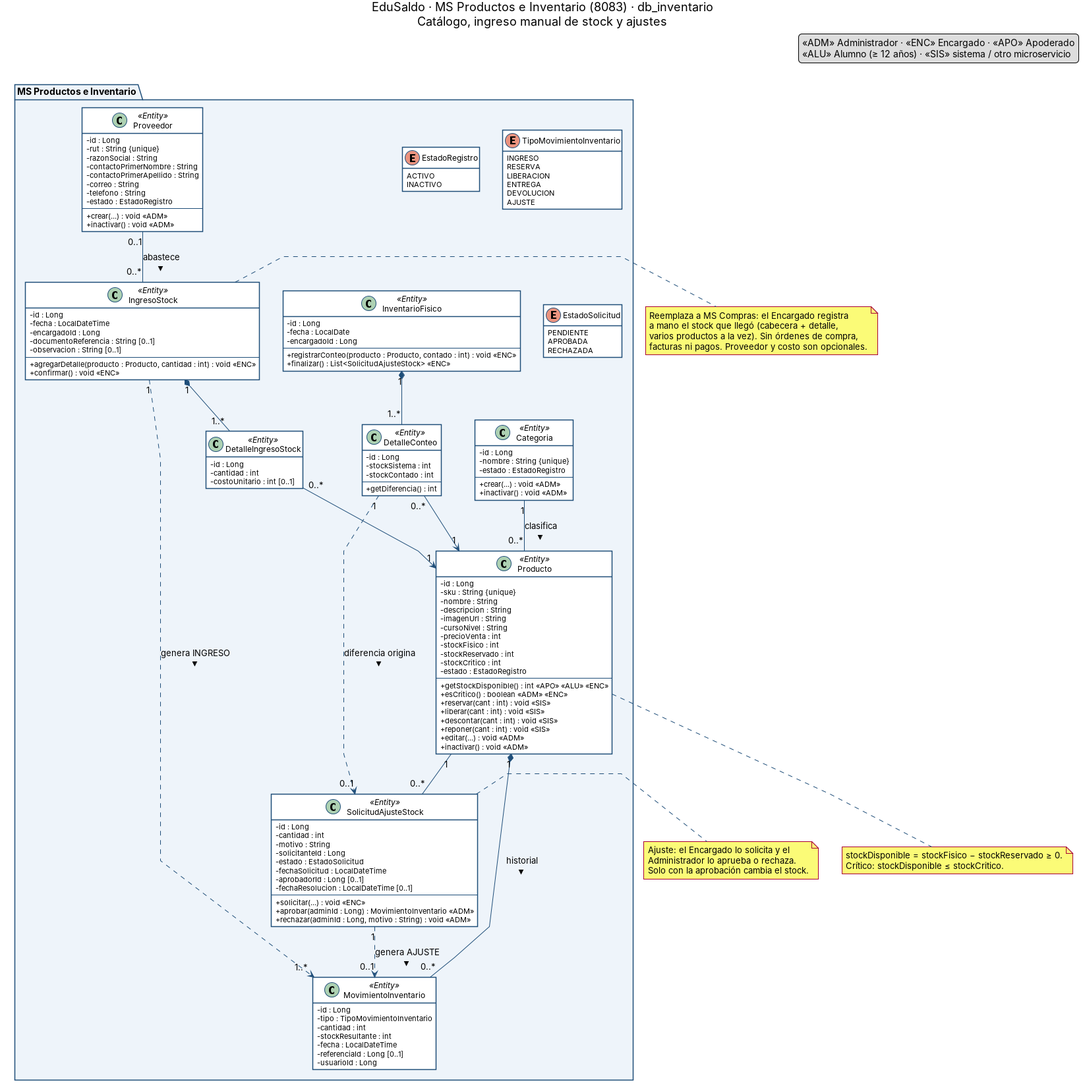
Above: docs/03_ms_productos_inventario.png in antoniojarasanchez/edusaldo-ms-productos-inventario (PlantUML), before the change. Its source is kept beside it as docs/03_ms_productos_inventario.puml.
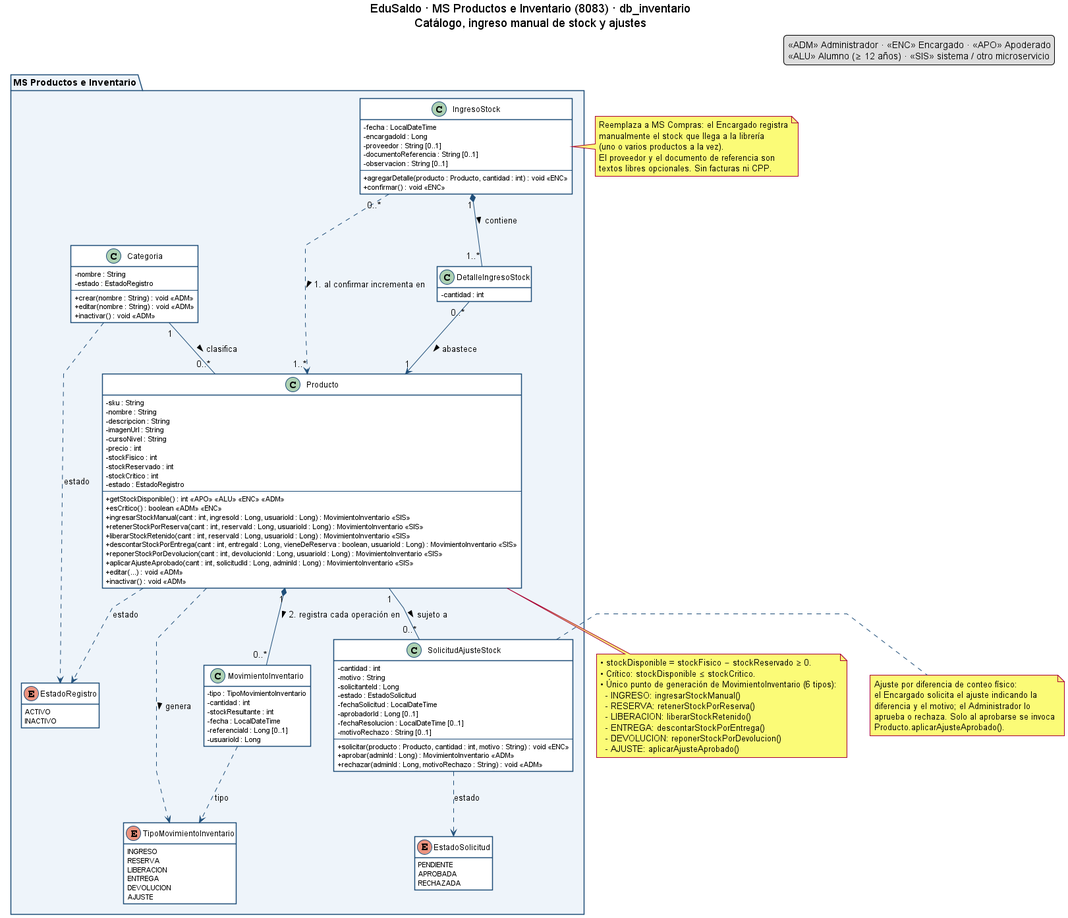
The same file after the commit.

Commit message:
actualizar diagrama

The edit, as a diff of the source:
```diff
@@ -41,56 +41,43 @@
     RECHAZADA
   }
 
-  class Categoria <<Entity>> {
-    - id : Long
-    - nombre : String {unique}
+  class Categoria {
+    - nombre : String
     - estado : EstadoRegistro
     --
-    + crear(...) : void «ADM»
+    + crear(nombre : String) : void «ADM»
+    + editar(nombre : String) : void «ADM»
     + inactivar() : void «ADM»
   }
 
-  class Producto <<Entity>> {
-    - id : Long
-    - sku : String {unique}
+  class Producto {
+    - sku : String
     - nombre : String
     - descripcion : String
     - imagenUrl : String
     - cursoNivel : String
-    - precioVenta : int
+    - precio : int
     - stockFisico : int
     - stockReservado : int
     - stockCritico : int
     - estado : EstadoRegistro
     --
-    + getStockDisponible() : int «APO» «ALU» «ENC»
+    + getStockDisponible() : int «APO» «ALU» «ENC» «ADM»
     + esCritico() : boolean «ADM» «ENC»
-    + reservar(cant : int) : void «SIS»
-    + liberar(cant : int) : void «SIS»
-    + descontar(cant : int) : void «SIS»
-    + reponer(cant : int) : void «SIS»
+    + ingresarStockManual(cant : int, ingresoId : Long, usuarioId : Long) : MovimientoInventario «SIS»
+    + retenerStockPorReserva(cant : int, reservaId : Long, usuarioId : Long) : MovimientoInventario «SIS»
+    + liberarStockRetenido(cant : int, reservaId : Long, usuarioId : Long) : MovimientoInventario «SIS»
+    + descontarStockPorEntrega(cant : int, entregaId : Long, vieneDeReserva : boolean, usuarioId : Long) : MovimientoInventario «SIS»
+    + reponerStockPorDevolucion(cant : int, devolucionId : Long, usuarioId : Long) : MovimientoInventario «SIS»
+    + aplicarAjusteAprobado(cant : int, solicitudId : Long, adminId : Long) : MovimientoInventario «SIS»
     + editar(...) : void «ADM»
     + inactivar() : void «ADM»
   }
 
-  class Proveedor <<Entity>> {
-    - id : Long
-    - rut : String {unique}
-    - razonSocial : String
-    - contactoPrimerNombre : String
-    - contactoPrimerApellido : String
-    - correo : String
-    - telefono : String
-    - estado : EstadoRegistro
-    --
-    + crear(...) : void «ADM»
-    + inactivar() : void «ADM»
-  }
-
-  class IngresoStock <<Entity>> {
-    - id : Long
+  class IngresoStock {
     - fecha : LocalDateTime
     - encargadoId : Long
+    - proveedor : String [0..1]
     - documentoReferencia : String [0..1]
     - observacion : String [0..1]
     --
@@ -98,14 +85,26 @@
     + confirmar() : void «ENC»
   }
 
-  class DetalleIngresoStock <<Entity>> {
-    - id : Long
+  class DetalleIngresoStock {
     - cantidad : int
-    - costoUnitario : int [0..1]
   }
 
-  class MovimientoInventario <<Entity>> {
-    - id : Long
+  class SolicitudAjusteStock {
+    - cantidad : int
+    - motivo : String
+    - solicitanteId : Long
+    - estado : EstadoSolicitud
+    - fechaSolicitud : LocalDateTime
+    - aprobadorId : Long [0..1]
+    - fechaResolucion : LocalDateTime [0..1]
+    - motivoRechazo : String [0..1]
+    --
+    + solicitar(producto : Producto, cantidad : int, motivo : String) : void «ENC»
+    + aprobar(adminId : Long) : MovimientoInventario «ADM»
+    + rechazar(adminId : Long, motivoRechazo : String) : void «ADM»
+  }
+
+  class MovimientoInventario {
     - tipo : TipoMovimientoInventario
     - cantidad : int
     - stockResultante : int
@@ -113,67 +112,46 @@
     - referenciaId : Long [0..1]
     - usuarioId : Long
   }
-
-  class SolicitudAjusteStock <<Entity>> {
-    - id : Long
-    - cantidad : int
-    - motivo : String
-    - solicitanteId : Long
-    - estado : EstadoSolicitud
-    - fechaSolicitud : LocalDateTime
-    - aprobadorId : Long [0..1]
-    - fechaResolucion : LocalDateTime [0..1]
-    --
-    + solicitar(...) : void «ENC»
-    + aprobar(adminId : Long) : MovimientoInventario «ADM»
-    + rechazar(adminId : Long, motivo : String) : void «ADM»
-  }
-
-  class InventarioFisico <<Entity>> {
-    - id : Long
-    - fecha : LocalDate
-    - encargadoId : Long
-    --
-    + registrarConteo(producto : Producto, contado : int) : void «ENC»
-    + finalizar() : List<SolicitudAjusteStock> «ENC»
-  }
-
-  class DetalleConteo <<Entity>> {
-    - id : Long
-    - stockSistema : int
-    - stockContado : int
-    --
-    + getDiferencia() : int
-  }
 }
 
 Categoria "1" -- "0..*" Producto : clasifica >
-Proveedor "0..1" -- "0..*" IngresoStock : abastece >
-IngresoStock "1" *-- "1..*" DetalleIngresoStock
-DetalleIngresoStock "0..*" --> "1" Producto
-Producto "1" *-- "0..*" MovimientoInventario : historial >
-IngresoStock "1" ..> "1..*" MovimientoInventario : genera INGRESO >
-Producto "1" -- "0..*" SolicitudAjusteStock
-SolicitudAjusteStock "1" ..> "0..1" MovimientoInventario : genera AJUSTE >
-InventarioFisico "1" *-- "1..*" DetalleConteo
-DetalleConteo "0..*" --> "1" Producto
-DetalleConteo "1" ..> "0..1" SolicitudAjusteStock : diferencia origina >
+IngresoStock "1" *-- "1..*" DetalleIngresoStock : contiene >
+DetalleIngresoStock "0..*" --> "1" Producto : abastece >
+IngresoStock "0..*" ..> "1..*" Producto : 1. al confirmar incrementa en >
+Producto "1" -- "0..*" SolicitudAjusteStock : sujeto a >
+Producto "1" *-- "0..*" MovimientoInventario : 2. registra cada operación en >
+
+Categoria ..> EstadoRegistro : estado
+Producto ..> EstadoRegistro : estado
+Producto ..> TipoMovimientoInventario : genera >
+MovimientoInventario ..> TipoMovimientoInventario : tipo
+SolicitudAjusteStock ..> EstadoSolicitud : estado
 
 note right of IngresoStock
   Reemplaza a MS Compras: el Encargado registra
-  a mano el stock que llegó (cabecera + detalle,
-  varios productos a la vez). Sin órdenes de compra,
-  facturas ni pagos. Proveedor y costo son opcionales.
+  manualmente el stock que llega a la librería
+  (uno o varios productos a la vez).
+  El proveedor y el documento de referencia son
+  textos libres opcionales. Sin facturas ni CPP.
 end note
 
 note right of SolicitudAjusteStock
-  Ajuste: el Encargado lo solicita y el
-  Administrador lo aprueba o rechaza.
-  Solo con la aprobación cambia el stock.
+  Ajuste por diferencia de conteo físico:
+  el Encargado solicita el ajuste indicando la
+  diferencia y el motivo; el Administrador lo
+  aprueba o rechaza. Solo al aprobarse se invoca
+  Producto.aplicarAjusteAprobado().
 end note
 
 note bottom of Producto
-  stockDisponible = stockFisico − stockReservado ≥ 0.
-  Crítico: stockDisponible ≤ stockCritico.
+  • stockDisponible = stockFisico − stockReservado ≥ 0.
+  • Crítico: stockDisponible ≤ stockCritico.
+  • Único punto de generación de MovimientoInventario (6 tipos):
+    - INGRESO: ingresarStockManual()
+    - RESERVA: retenerStockPorReserva()
+    - LIBERACION: liberarStockRetenido()
+    - ENTREGA: descontarStockPorEntrega()
+    - DEVOLUCION: reponerStockPorDevolucion()
+    - AJUSTE: aplicarAjusteAprobado()
 end note
 @enduml
```
